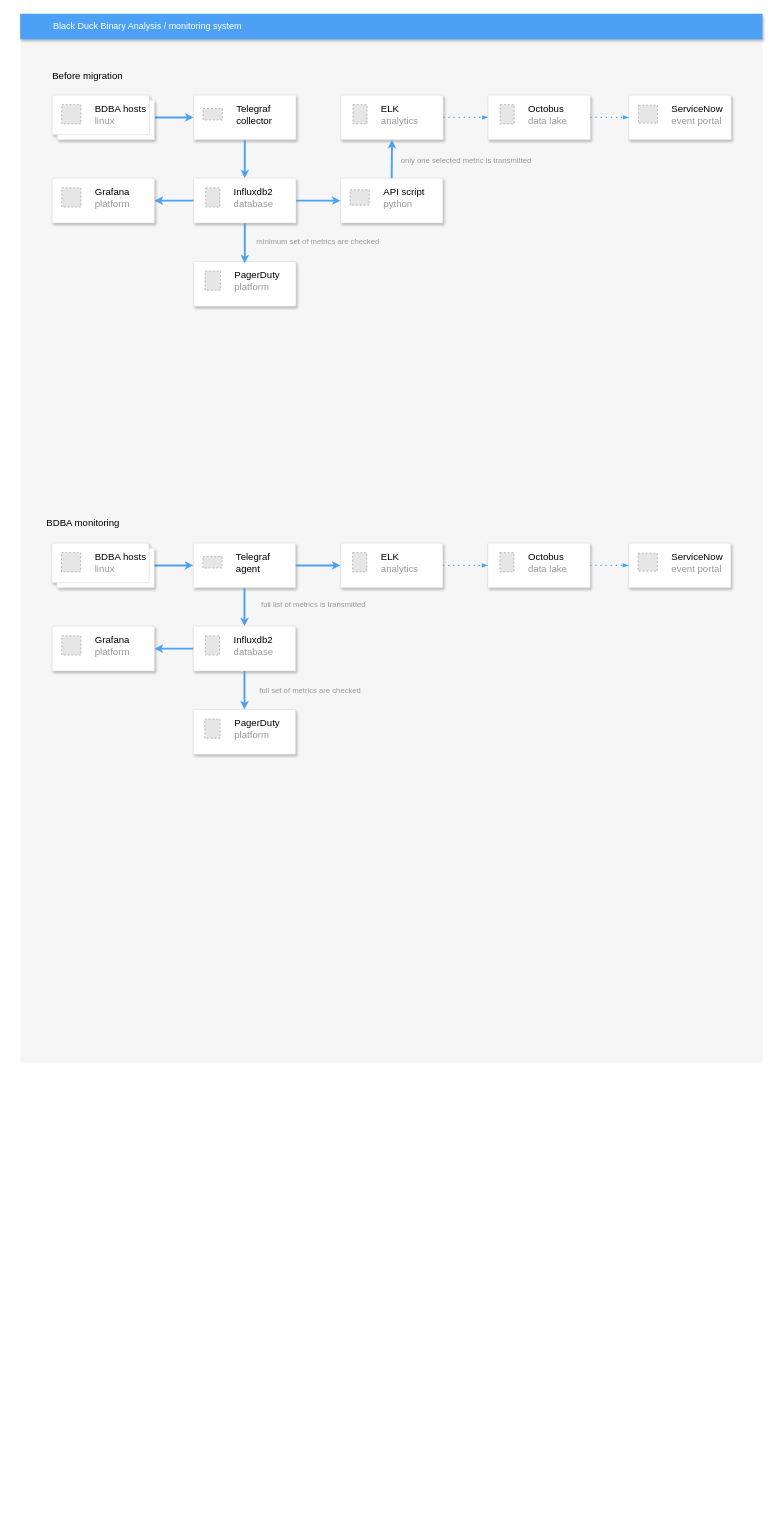
The draw.io diagram elastic_kibana/Untitled Diagram.drawio in faxome/bdba_monitoring, before the edit. Source tidied: cells renumbered, new cells numbered last; positions are measured from the earlier drawing's top-left corner, leaving out a move shared by most shapes. Both pictures are drawn from the tidied source at 64%, with x=0, y=0 at pixel (20, 13). Pictures stored in the file or linked from it are replaced by grey dashed boxes.
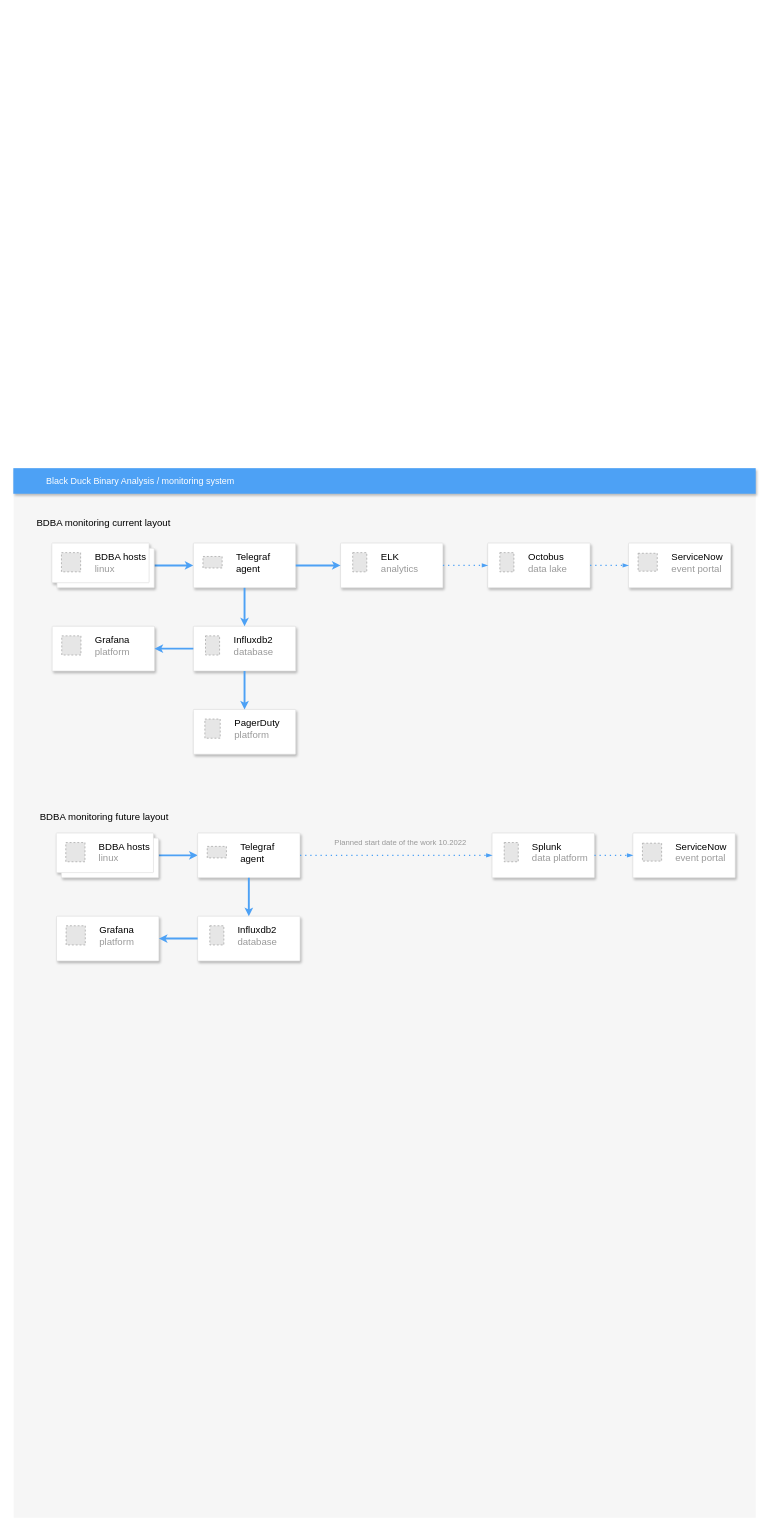
The same page after the edit.

Diff of the diagram source:
```diff
@@
     <mxCell id="2" style="fillColor=#F6F6F6;strokeColor=none;shadow=0;gradientColor=none;fontSize=14;align=left;spacing=10;fontColor=#717171;9E9E9E;verticalAlign=top;spacingTop=-4;fontStyle=0;spacingLeft=40;html=1;" parent="1" vertex="1">
-      <mxGeometry x="0.5" y="40" width="1159.5" height="1600" as="geometry" />
+      <mxGeometry x="-10.2" y="750" width="1159.5" height="1600" as="geometry" />
     </mxCell>
@@
     <mxCell id="6" style="strokeColor=#dddddd;shadow=1;strokeWidth=1;rounded=1;absoluteArcSize=1;arcSize=2;fontSize=15;" parent="1" vertex="1">
-      <mxGeometry x="270.5" y="827" width="160" height="70" as="geometry" />
+      <mxGeometry x="270.6" y="827" width="160" height="70" as="geometry" />
     </mxCell>
@@
     <mxCell id="8" style="strokeColor=#dddddd;shadow=1;strokeWidth=1;rounded=1;absoluteArcSize=1;arcSize=2;fontSize=15;fontColor=#000000;" parent="1" vertex="1">
-      <mxGeometry x="270.5" y="957" width="160" height="70" as="geometry" />
+      <mxGeometry x="270.6" y="957" width="160" height="70" as="geometry" />
     </mxCell>
@@
     <mxCell id="11" style="strokeColor=#dddddd;shadow=1;strokeWidth=1;rounded=1;absoluteArcSize=1;arcSize=2;fontSize=15;fontColor=#000000;" parent="1" vertex="1">
-      <mxGeometry x="500.5" y="827" width="160" height="70" as="geometry" />
+      <mxGeometry x="500.6" y="827" width="160" height="70" as="geometry" />
     </mxCell>
@@
     <mxCell id="20" value="Black Duck Binary Analysis / monitoring system&amp;nbsp;" style="fillColor=#4DA1F5;strokeColor=none;shadow=1;gradientColor=none;fontSize=14;align=left;spacingLeft=50;fontColor=#ffffff;html=1;" parent="1" vertex="1">
-      <mxGeometry width="1160" height="40" as="geometry" />
+      <mxGeometry x="-10.7" y="710" width="1160" height="40" as="geometry" />
     </mxCell>
     <mxCell id="21" style="strokeColor=#dddddd;shadow=1;strokeWidth=1;rounded=1;absoluteArcSize=1;arcSize=2;fontSize=15;fontColor=#000000;" parent="1" vertex="1">
-      <mxGeometry x="270.5" y="1087" width="160" height="70" as="geometry" />
+      <mxGeometry x="270.6" y="1087" width="160" height="70" as="geometry" />
     </mxCell>
@@
-    <mxCell id="23" style="edgeStyle=none;rounded=0;jumpSize=6;jettySize=auto;html=1;exitX=1;exitY=0.5;exitDx=0;exitDy=0;fontSize=15;endSize=4;strokeColor=#4DA1F5;strokeWidth=3;" parent="1" edge="1" source="24" target="26">
-      <mxGeometry relative="1" as="geometry" />
-    </mxCell>
-    <mxCell id="24" style="shape=mxgraph.gcp2.doubleRect;strokeColor=#dddddd;shadow=1;strokeWidth=1;rounded=1;absoluteArcSize=1;arcSize=2;" parent="1" vertex="1">
-      <mxGeometry x="50" y="127" width="160" height="70" as="geometry" />
-    </mxCell>
-    <mxCell id="25" value="&lt;font style=&quot;font-size: 15px;&quot;&gt;&lt;font style=&quot;font-size: 15px;&quot; color=&quot;#000000&quot;&gt;BDBA hosts&lt;/font&gt;&lt;br&gt;linux&lt;/font&gt;" style="fillColor=#E6E6E6;strokeColor=#999999;dashed=1;html=1;fontColor=#999999;verticalLabelPosition=middle;labelBackgroundColor=#ffffff;verticalAlign=middle;labelPosition=right;align=left;spacingLeft=20;" parent="24" vertex="1">
-      <mxGeometry width="30" height="30" relative="1" as="geometry">
-        <mxPoint x="15" y="15" as="offset" />
-      </mxGeometry>
-    </mxCell>
-    <mxCell id="26" style="strokeColor=#dddddd;shadow=1;strokeWidth=1;rounded=1;absoluteArcSize=1;arcSize=2;fontSize=15;" parent="1" vertex="1">
-      <mxGeometry x="271" y="127" width="160" height="70" as="geometry" />
-    </mxCell>
-    <mxCell id="27" value="Telegraf&#10;collector" style="fillColor=#E6E6E6;strokeColor=#999999;dashed=1;fontColor=#000000;verticalLabelPosition=middle;labelBackgroundColor=#ffffff;verticalAlign=middle;labelPosition=right;align=left;spacingLeft=20;fontSize=15;" parent="26" vertex="1">
-      <mxGeometry width="30" height="18" relative="1" as="geometry">
-        <mxPoint x="15" y="21" as="offset" />
-      </mxGeometry>
-    </mxCell>
-    <mxCell id="28" style="strokeColor=#dddddd;shadow=1;strokeWidth=1;rounded=1;absoluteArcSize=1;arcSize=2;fontSize=15;fontColor=#000000;" parent="1" vertex="1">
-      <mxGeometry x="271" y="257" width="160" height="70" as="geometry" />
-    </mxCell>
-    <mxCell id="29" value="&lt;font color=&quot;#000000&quot;&gt;Influxdb2&lt;/font&gt;&lt;br&gt;database" style="fillColor=#E6E6E6;strokeColor=#999999;dashed=1;html=1;fontColor=#999999;verticalLabelPosition=middle;labelBackgroundColor=#ffffff;verticalAlign=middle;labelPosition=right;align=left;spacingLeft=20;fontSize=15;" parent="28" vertex="1">
-      <mxGeometry width="22" height="30" relative="1" as="geometry">
-        <mxPoint x="19" y="15" as="offset" />
-      </mxGeometry>
-    </mxCell>
-    <mxCell id="30" style="edgeStyle=none;rounded=0;jumpSize=6;jettySize=auto;html=1;exitX=0.5;exitY=1;exitDx=0;exitDy=0;fontSize=15;endSize=4;strokeColor=#4DA1F5;strokeWidth=3;entryX=0.5;entryY=0;entryDx=0;entryDy=0;" parent="1" edge="1" source="26" target="28">
-      <mxGeometry relative="1" as="geometry" />
-    </mxCell>
-    <mxCell id="31" style="strokeColor=#dddddd;shadow=1;strokeWidth=1;rounded=1;absoluteArcSize=1;arcSize=2;fontSize=15;fontColor=#000000;" parent="1" vertex="1">
-      <mxGeometry x="501" y="127" width="160" height="70" as="geometry" />
-    </mxCell>
-    <mxCell id="32" value="&lt;font color=&quot;#000000&quot;&gt;ELK&lt;/font&gt;&lt;br&gt;analytics" style="fillColor=#E6E6E6;strokeColor=#999999;dashed=1;html=1;fontColor=#999999;verticalLabelPosition=middle;labelBackgroundColor=#ffffff;verticalAlign=middle;labelPosition=right;align=left;spacingLeft=20;fontSize=15;" parent="31" vertex="1">
-      <mxGeometry width="22" height="30" relative="1" as="geometry">
-        <mxPoint x="19" y="15" as="offset" />
-      </mxGeometry>
-    </mxCell>
-    <mxCell id="33" style="strokeColor=#dddddd;shadow=1;strokeWidth=1;rounded=1;absoluteArcSize=1;arcSize=2;fontSize=15;fontColor=#000000;" parent="1" vertex="1">
-      <mxGeometry x="731" y="127" width="160" height="70" as="geometry" />
-    </mxCell>
-    <mxCell id="34" value="&lt;font color=&quot;#000000&quot;&gt;Octobus&lt;/font&gt;&lt;br&gt;data lake" style="fillColor=#E6E6E6;strokeColor=#999999;dashed=1;html=1;fontColor=#999999;verticalLabelPosition=middle;labelBackgroundColor=#ffffff;verticalAlign=middle;labelPosition=right;align=left;spacingLeft=20;fontSize=15;" parent="33" vertex="1">
-      <mxGeometry width="22" height="30" relative="1" as="geometry">
-        <mxPoint x="19" y="15" as="offset" />
-      </mxGeometry>
-    </mxCell>
-    <mxCell id="35" style="edgeStyle=orthogonalEdgeStyle;fontSize=12;html=1;endArrow=blockThin;endFill=1;rounded=0;strokeWidth=2;endSize=4;startSize=4;dashed=1;dashPattern=1 3;strokeColor=#4DA1F5;fontColor=#000000;jumpSize=6;exitX=1;exitY=0.5;exitDx=0;exitDy=0;entryX=0;entryY=0.5;entryDx=0;entryDy=0;" parent="1" edge="1" source="31" target="33">
-      <mxGeometry relative="1" as="geometry" />
-    </mxCell>
-    <mxCell id="36" style="strokeColor=#dddddd;shadow=1;strokeWidth=1;rounded=1;absoluteArcSize=1;arcSize=2;fontSize=15;fontColor=#000000;" parent="1" vertex="1">
-      <mxGeometry x="951" y="127" width="160" height="70" as="geometry" />
-    </mxCell>
-    <mxCell id="37" value="&lt;font color=&quot;#000000&quot;&gt;ServiceNow&lt;/font&gt;&lt;br&gt;event portal" style="fillColor=#E6E6E6;strokeColor=#999999;dashed=1;html=1;fontColor=#999999;verticalLabelPosition=middle;labelBackgroundColor=#ffffff;verticalAlign=middle;labelPosition=right;align=left;spacingLeft=20;fontSize=15;" parent="36" vertex="1">
-      <mxGeometry width="30" height="28" relative="1" as="geometry">
-        <mxPoint x="15" y="16" as="offset" />
-      </mxGeometry>
-    </mxCell>
-    <mxCell id="38" style="edgeStyle=orthogonalEdgeStyle;fontSize=12;html=1;endArrow=blockThin;endFill=1;rounded=0;strokeWidth=2;endSize=4;startSize=4;dashed=1;dashPattern=1 3;strokeColor=#4DA1F5;fontColor=#000000;jumpSize=6;exitX=1;exitY=0.5;exitDx=0;exitDy=0;entryX=0;entryY=0.5;entryDx=0;entryDy=0;" parent="1" edge="1" source="33" target="36">
-      <mxGeometry relative="1" as="geometry" />
-    </mxCell>
-    <mxCell id="39" style="strokeColor=#dddddd;shadow=1;strokeWidth=1;rounded=1;absoluteArcSize=1;arcSize=2;fontSize=15;fontColor=#000000;" parent="1" vertex="1">
-      <mxGeometry x="271" y="387" width="160" height="70" as="geometry" />
-    </mxCell>
-    <mxCell id="40" value="&lt;font color=&quot;#000000&quot;&gt;PagerDuty&lt;/font&gt;&lt;br&gt;platform" style="fillColor=#E6E6E6;strokeColor=#999999;dashed=1;html=1;fontColor=#999999;verticalLabelPosition=middle;labelBackgroundColor=#ffffff;verticalAlign=middle;labelPosition=right;align=left;spacingLeft=20;fontSize=15;" parent="39" vertex="1">
-      <mxGeometry width="24" height="30" relative="1" as="geometry">
-        <mxPoint x="18" y="15" as="offset" />
-      </mxGeometry>
-    </mxCell>
-    <mxCell id="41" style="edgeStyle=none;rounded=0;jumpSize=6;jettySize=auto;html=1;exitX=0.5;exitY=1;exitDx=0;exitDy=0;fontSize=15;endSize=4;strokeColor=#4DA1F5;strokeWidth=3;" parent="39" edge="1" source="28">
-      <mxGeometry relative="1" as="geometry">
-        <mxPoint x="80" y="3" as="targetPoint" />
-      </mxGeometry>
-    </mxCell>
-    <mxCell id="42" style="strokeColor=#dddddd;shadow=1;strokeWidth=1;rounded=1;absoluteArcSize=1;arcSize=2;fontSize=15;fontColor=#000000;" parent="1" vertex="1">
-      <mxGeometry x="500.5" y="257" width="160" height="70" as="geometry" />
-    </mxCell>
-    <mxCell id="43" value="&lt;font color=&quot;#000000&quot;&gt;API script&lt;/font&gt;&lt;br&gt;python" style="fillColor=#E6E6E6;strokeColor=#999999;dashed=1;html=1;fontColor=#999999;verticalLabelPosition=middle;labelBackgroundColor=#ffffff;verticalAlign=middle;labelPosition=right;align=left;spacingLeft=20;fontSize=15;" parent="42" vertex="1">
-      <mxGeometry width="30" height="24" relative="1" as="geometry">
-        <mxPoint x="15" y="18" as="offset" />
-      </mxGeometry>
-    </mxCell>
-    <mxCell id="44" style="edgeStyle=none;rounded=0;jumpSize=6;jettySize=auto;html=1;exitX=1;exitY=0.5;exitDx=0;exitDy=0;fontSize=15;endSize=4;strokeColor=#4DA1F5;strokeWidth=3;entryX=0;entryY=0.5;entryDx=0;entryDy=0;" parent="1" edge="1" source="28" target="42">
-      <mxGeometry relative="1" as="geometry" />
-    </mxCell>
-    <mxCell id="45" value="Before migration" style="text;html=1;align=center;verticalAlign=middle;fillColor=none;strokeColor=none;rounded=0;fontSize=15;fontColor=#000000;" parent="1" vertex="1">
-      <mxGeometry x="40" y="87" width="130" height="20" as="geometry" />
-    </mxCell>
-    <mxCell id="46" style="edgeStyle=none;rounded=0;jumpSize=6;jettySize=auto;html=1;exitX=0.5;exitY=0;exitDx=0;exitDy=0;fontSize=15;endSize=4;strokeColor=#4DA1F5;strokeWidth=3;entryX=0.5;entryY=1;entryDx=0;entryDy=0;" parent="1" edge="1" source="42" target="31">
-      <mxGeometry relative="1" as="geometry" />
-    </mxCell>
-    <mxCell id="47" value="&amp;nbsp;only one selected metric is transmitted" style="text;html=1;align=center;verticalAlign=middle;fillColor=none;strokeColor=none;rounded=0;fontSize=12;fontColor=#999999;" parent="1" vertex="1">
-      <mxGeometry x="585" y="220" width="220" height="20" as="geometry" />
-    </mxCell>
-    <mxCell id="48" value="minimum set of metrics are checked" style="text;html=1;align=center;verticalAlign=middle;fillColor=none;strokeColor=none;rounded=0;fontSize=12;fontColor=#999999;" parent="1" vertex="1">
-      <mxGeometry x="360" y="347" width="210" height="20" as="geometry" />
-    </mxCell>
-    <mxCell id="49" value="BDBA monitoring" style="text;html=1;align=center;verticalAlign=middle;fillColor=none;strokeColor=none;rounded=0;fontSize=15;fontColor=#000000;" parent="1" vertex="1">
-      <mxGeometry x="28" y="780" width="140" height="30" as="geometry" />
+    <mxCell id="49" value="BDBA monitoring&amp;nbsp;current layout" style="text;html=1;align=center;verticalAlign=middle;fillColor=none;strokeColor=none;rounded=0;fontSize=15;fontColor=#000000;" parent="1" vertex="1">
+      <mxGeometry x="15.1" y="780" width="230" height="30" as="geometry" />
     </mxCell>
-    <mxCell id="50" value="full set of metrics are checked" style="text;html=1;align=center;verticalAlign=middle;fillColor=none;strokeColor=none;rounded=0;fontSize=12;fontColor=#999999;" parent="1" vertex="1">
-      <mxGeometry x="368" y="1048" width="170" height="20" as="geometry" />
-    </mxCell>
-    <mxCell id="51" value="full list of metrics is transmitted" style="text;html=1;align=center;verticalAlign=middle;fillColor=none;strokeColor=none;rounded=0;fontSize=12;fontColor=#999999;" parent="1" vertex="1">
-      <mxGeometry x="368" y="914" width="180" height="20" as="geometry" />
-    </mxCell>
-    <mxCell id="52" style="edgeStyle=none;rounded=0;jumpSize=6;jettySize=auto;html=1;exitX=0;exitY=0.5;exitDx=0;exitDy=0;fontSize=15;endSize=4;strokeColor=#4DA1F5;strokeWidth=3;" parent="1" edge="1" source="28" target="53">
-      <mxGeometry relative="1" as="geometry" />
-    </mxCell>
-    <mxCell id="53" style="strokeColor=#dddddd;shadow=1;strokeWidth=1;rounded=1;absoluteArcSize=1;arcSize=2;fontSize=15;fontColor=#999999;" parent="1" vertex="1">
-      <mxGeometry x="50" y="257" width="160" height="70" as="geometry" />
-    </mxCell>
-    <mxCell id="54" value="&lt;font color=&quot;#000000&quot;&gt;Grafana&lt;/font&gt;&lt;br&gt;platform" style="fillColor=#E6E6E6;strokeColor=#999999;dashed=1;html=1;fontColor=#999999;verticalLabelPosition=middle;labelBackgroundColor=#ffffff;verticalAlign=middle;labelPosition=right;align=left;spacingLeft=20;fontSize=15;" parent="53" vertex="1">
-      <mxGeometry width="30" height="30" relative="1" as="geometry">
-        <mxPoint x="15" y="15" as="offset" />
-      </mxGeometry>
-    </mxCell>
@@
+    <mxCell id="59" value="BDBA monitoring&amp;nbsp;future layout" style="text;html=1;align=center;verticalAlign=middle;fillColor=none;strokeColor=none;rounded=0;fontSize=15;fontColor=#000000;" parent="1" vertex="1">
+      <mxGeometry x="21.3" y="1240" width="220" height="30" as="geometry" />
+    </mxCell>
+    <mxCell id="60" style="edgeStyle=none;rounded=0;jumpSize=6;jettySize=auto;html=1;exitX=1;exitY=0.5;exitDx=0;exitDy=0;fontSize=15;endSize=4;strokeColor=#4DA1F5;strokeWidth=3;" parent="1" edge="1" source="61" target="62">
+      <mxGeometry relative="1" as="geometry" />
+    </mxCell>
+    <mxCell id="61" style="shape=mxgraph.gcp2.doubleRect;strokeColor=#dddddd;shadow=1;strokeWidth=1;rounded=1;absoluteArcSize=1;arcSize=2;" parent="1" vertex="1">
+      <mxGeometry x="56.3" y="1280" width="160" height="70" as="geometry" />
+    </mxCell>
+    <mxCell id="25" value="&lt;font style=&quot;font-size: 15px;&quot;&gt;&lt;font style=&quot;font-size: 15px;&quot; color=&quot;#000000&quot;&gt;BDBA hosts&lt;/font&gt;&lt;br&gt;linux&lt;/font&gt;" style="fillColor=#E6E6E6;strokeColor=#999999;dashed=1;html=1;fontColor=#999999;verticalLabelPosition=middle;labelBackgroundColor=#ffffff;verticalAlign=middle;labelPosition=right;align=left;spacingLeft=20;" parent="61" vertex="1">
+      <mxGeometry width="30" height="30" relative="1" as="geometry">
+        <mxPoint x="15" y="15" as="offset" />
+      </mxGeometry>
+    </mxCell>
+    <mxCell id="62" style="strokeColor=#dddddd;shadow=1;strokeWidth=1;rounded=1;absoluteArcSize=1;arcSize=2;fontSize=15;" parent="1" vertex="1">
+      <mxGeometry x="277.3" y="1280" width="160" height="70" as="geometry" />
+    </mxCell>
+    <mxCell id="63" value="Telegraf&#10;agent" style="fillColor=#E6E6E6;strokeColor=#999999;dashed=1;fontColor=#000000;verticalLabelPosition=middle;labelBackgroundColor=#ffffff;verticalAlign=middle;labelPosition=right;align=left;spacingLeft=20;fontSize=15;" parent="62" vertex="1">
+      <mxGeometry width="30" height="18" relative="1" as="geometry">
+        <mxPoint x="15" y="21" as="offset" />
+      </mxGeometry>
+    </mxCell>
+    <mxCell id="64" style="strokeColor=#dddddd;shadow=1;strokeWidth=1;rounded=1;absoluteArcSize=1;arcSize=2;fontSize=15;fontColor=#000000;" parent="1" vertex="1">
+      <mxGeometry x="277.3" y="1410" width="160" height="70" as="geometry" />
+    </mxCell>
+    <mxCell id="29" value="&lt;font color=&quot;#000000&quot;&gt;Influxdb2&lt;/font&gt;&lt;br&gt;database" style="fillColor=#E6E6E6;strokeColor=#999999;dashed=1;html=1;fontColor=#999999;verticalLabelPosition=middle;labelBackgroundColor=#ffffff;verticalAlign=middle;labelPosition=right;align=left;spacingLeft=20;fontSize=15;" parent="64" vertex="1">
+      <mxGeometry width="22" height="30" relative="1" as="geometry">
+        <mxPoint x="19" y="15" as="offset" />
+      </mxGeometry>
+    </mxCell>
+    <mxCell id="65" style="edgeStyle=none;rounded=0;jumpSize=6;jettySize=auto;html=1;exitX=0.5;exitY=1;exitDx=0;exitDy=0;fontSize=15;endSize=4;strokeColor=#4DA1F5;strokeWidth=3;entryX=0.5;entryY=0;entryDx=0;entryDy=0;" parent="1" edge="1" source="62" target="64">
+      <mxGeometry relative="1" as="geometry" />
+    </mxCell>
+    <mxCell id="66" style="strokeColor=#dddddd;shadow=1;strokeWidth=1;rounded=1;absoluteArcSize=1;arcSize=2;fontSize=15;fontColor=#000000;" parent="1" vertex="1">
+      <mxGeometry x="737.3" y="1280" width="160" height="70" as="geometry" />
+    </mxCell>
+    <mxCell id="67" value="&lt;font color=&quot;#000000&quot;&gt;Splunk&lt;/font&gt;&lt;br&gt;data platform" style="fillColor=#E6E6E6;strokeColor=#999999;dashed=1;html=1;fontColor=#999999;verticalLabelPosition=middle;labelBackgroundColor=#ffffff;verticalAlign=middle;labelPosition=right;align=left;spacingLeft=20;fontSize=15;" parent="66" vertex="1">
+      <mxGeometry width="22" height="30" relative="1" as="geometry">
+        <mxPoint x="19" y="15" as="offset" />
+      </mxGeometry>
+    </mxCell>
+    <mxCell id="68" style="edgeStyle=orthogonalEdgeStyle;fontSize=12;html=1;endArrow=blockThin;endFill=1;rounded=0;strokeWidth=2;endSize=4;startSize=4;dashed=1;dashPattern=1 3;strokeColor=#4DA1F5;fontColor=#000000;jumpSize=6;exitX=1;exitY=0.5;exitDx=0;exitDy=0;entryX=0;entryY=0.5;entryDx=0;entryDy=0;" parent="1" edge="1" source="62" target="66">
+      <mxGeometry relative="1" as="geometry" />
+    </mxCell>
+    <mxCell id="69" style="strokeColor=#dddddd;shadow=1;strokeWidth=1;rounded=1;absoluteArcSize=1;arcSize=2;fontSize=15;fontColor=#000000;" parent="1" vertex="1">
+      <mxGeometry x="957.3" y="1280" width="160" height="70" as="geometry" />
+    </mxCell>
+    <mxCell id="37" value="&lt;font color=&quot;#000000&quot;&gt;ServiceNow&lt;/font&gt;&lt;br&gt;event portal" style="fillColor=#E6E6E6;strokeColor=#999999;dashed=1;html=1;fontColor=#999999;verticalLabelPosition=middle;labelBackgroundColor=#ffffff;verticalAlign=middle;labelPosition=right;align=left;spacingLeft=20;fontSize=15;" parent="69" vertex="1">
+      <mxGeometry width="30" height="28" relative="1" as="geometry">
+        <mxPoint x="15" y="16" as="offset" />
+      </mxGeometry>
+    </mxCell>
+    <mxCell id="70" style="edgeStyle=orthogonalEdgeStyle;fontSize=12;html=1;endArrow=blockThin;endFill=1;rounded=0;strokeWidth=2;endSize=4;startSize=4;dashed=1;dashPattern=1 3;strokeColor=#4DA1F5;fontColor=#000000;jumpSize=6;exitX=1;exitY=0.5;exitDx=0;exitDy=0;entryX=0;entryY=0.5;entryDx=0;entryDy=0;" parent="1" edge="1" source="66" target="69">
+      <mxGeometry relative="1" as="geometry" />
+    </mxCell>
+    <mxCell id="71" style="strokeColor=#dddddd;shadow=1;strokeWidth=1;rounded=1;absoluteArcSize=1;arcSize=2;fontSize=15;fontColor=#999999;" parent="1" vertex="1">
+      <mxGeometry x="56.8" y="1410" width="160" height="70" as="geometry" />
+    </mxCell>
+    <mxCell id="54" value="&lt;font color=&quot;#000000&quot;&gt;Grafana&lt;/font&gt;&lt;br&gt;platform" style="fillColor=#E6E6E6;strokeColor=#999999;dashed=1;html=1;fontColor=#999999;verticalLabelPosition=middle;labelBackgroundColor=#ffffff;verticalAlign=middle;labelPosition=right;align=left;spacingLeft=20;fontSize=15;" parent="71" vertex="1">
+      <mxGeometry width="30" height="30" relative="1" as="geometry">
+        <mxPoint x="15" y="15" as="offset" />
+      </mxGeometry>
+    </mxCell>
+    <mxCell id="72" style="edgeStyle=none;rounded=0;jumpSize=6;jettySize=auto;html=1;exitX=0;exitY=0.5;exitDx=0;exitDy=0;fontSize=15;endSize=4;strokeColor=#4DA1F5;strokeWidth=3;entryX=1;entryY=0.5;entryDx=0;entryDy=0;" parent="1" edge="1" source="64" target="71">
+      <mxGeometry relative="1" as="geometry" />
+    </mxCell>
+    <mxCell id="73" value="&lt;font color=&quot;#999999&quot;&gt;Planned start date of the work 10.2022&lt;/font&gt;" style="text;html=1;align=center;verticalAlign=middle;fillColor=none;strokeColor=none;rounded=0;" parent="1" vertex="1">
+      <mxGeometry x="479.3" y="1280" width="230" height="30" as="geometry" />
+    </mxCell>
```
